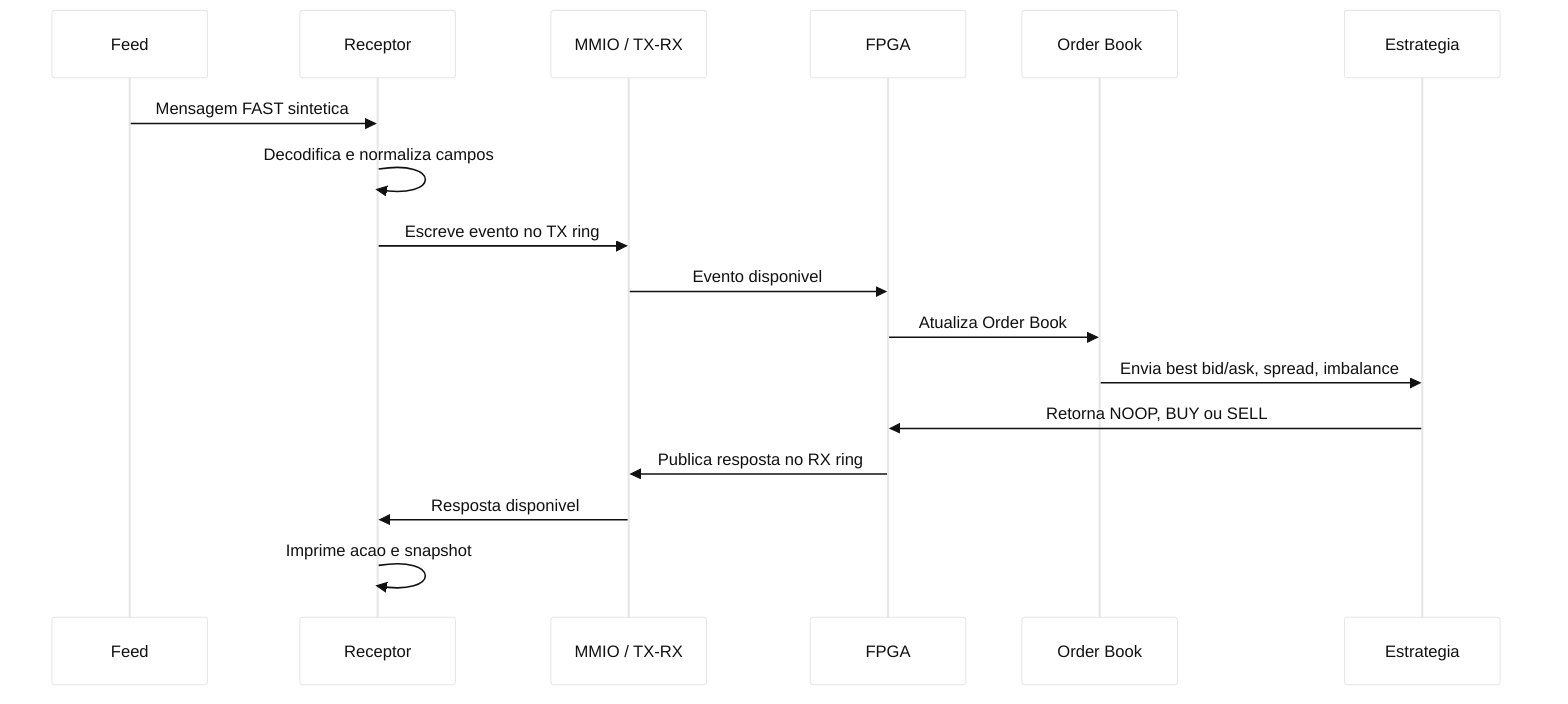
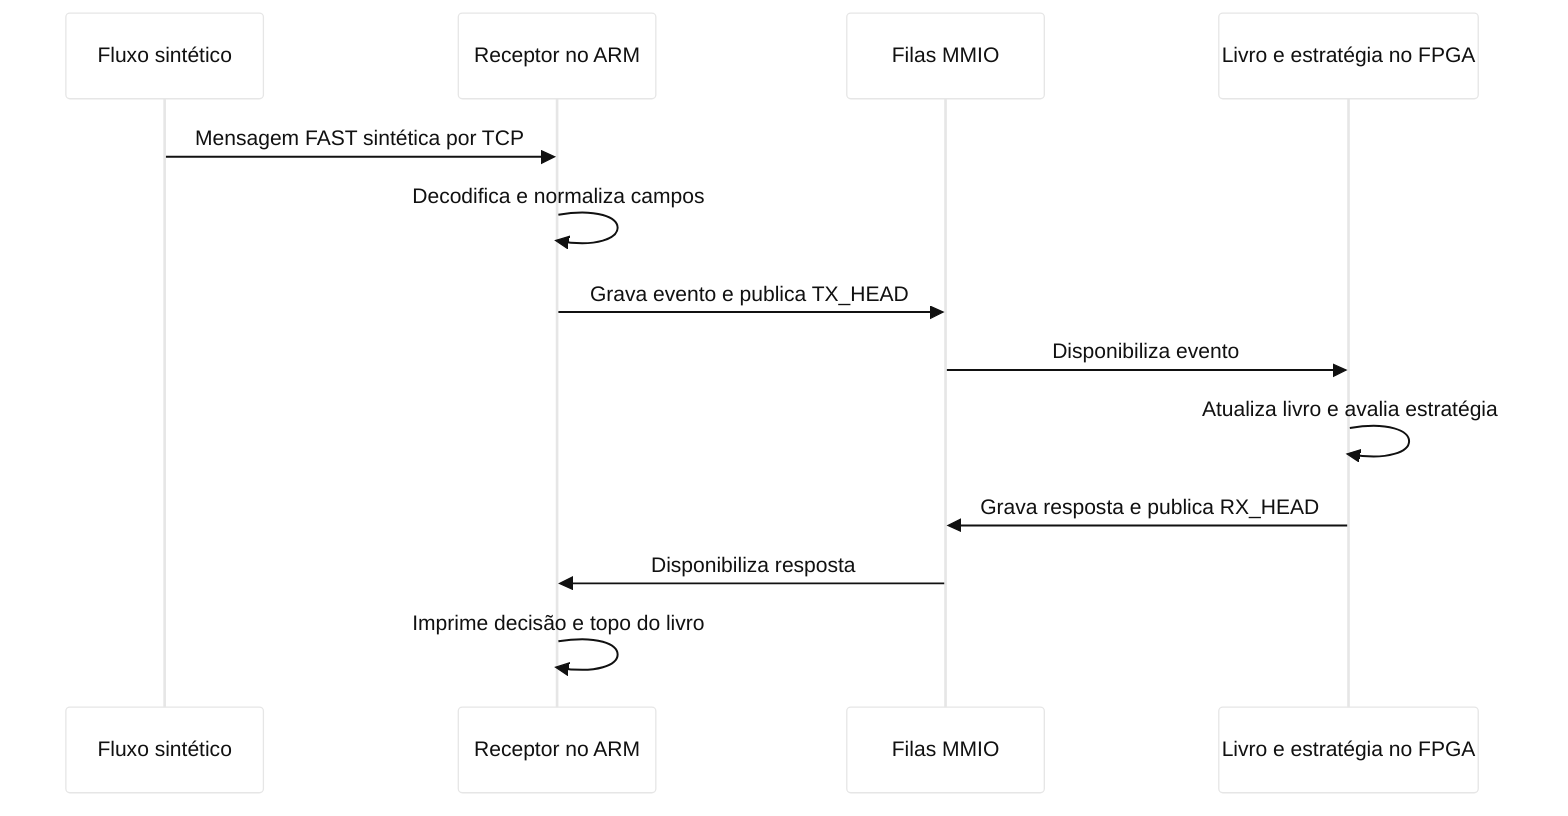
%%{init: {"theme": "base", "sequence": {"showSequenceNumbers": false}, "themeVariables": {"fontFamily": "Arial", "primaryColor": "#ffffff", "primaryTextColor": "#111111", "lineColor": "#333333"}}}%%
sequenceDiagram
-     participant Feed as Feed
-     participant Rec as Receptor
-     participant MMIO as MMIO / TX-RX
-     participant FPGA as FPGA
-     participant Book as Order Book
-     participant Strat as Estrategia
+     participant Feed as Fluxo sintético
+     participant ARM as Receptor no ARM
+     participant MMIO as Filas MMIO
+     participant FPGA as Livro e estratégia no FPGA

-     Feed->>Rec: Mensagem FAST sintetica
-     Rec->>Rec: Decodifica e normaliza campos
-     Rec->>MMIO: Escreve evento no TX ring
-     MMIO->>FPGA: Evento disponivel
-     FPGA->>Book: Atualiza Order Book
-     Book->>Strat: Envia best bid/ask, spread, imbalance
-     Strat->>FPGA: Retorna NOOP, BUY ou SELL
-     FPGA->>MMIO: Publica resposta no RX ring
-     MMIO->>Rec: Resposta disponivel
-     Rec->>Rec: Imprime acao e snapshot
+     Feed->>ARM: Mensagem FAST sintética por TCP
+     ARM->>ARM: Decodifica e normaliza campos
+     ARM->>MMIO: Grava evento e publica TX_HEAD
+     MMIO->>FPGA: Disponibiliza evento
+     FPGA->>FPGA: Atualiza livro e avalia estratégia
+     FPGA->>MMIO: Grava resposta e publica RX_HEAD
+     MMIO->>ARM: Disponibiliza resposta
+     ARM->>ARM: Imprime decisão e topo do livro
